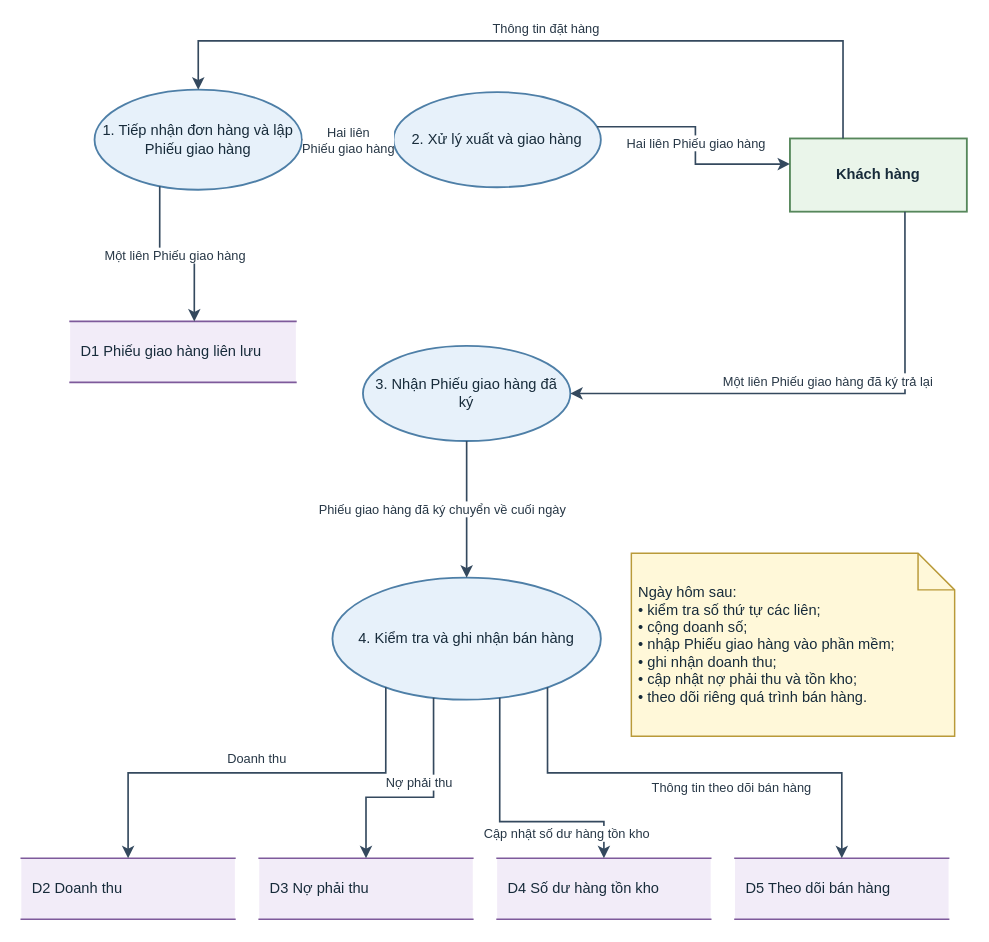
Earlier version of the draw.io diagram assets/drawio/10_sales_level0_dfd.drawio (saigonbaddielover/thtrang). Source tidied: cells renumbered, new cells numbered last; positions are measured from the earlier drawing's top-left corner, leaving out a move shared by most shapes. Both pictures are drawn from the tidied source at 122%, with x=0, y=0 at pixel (21, 40).
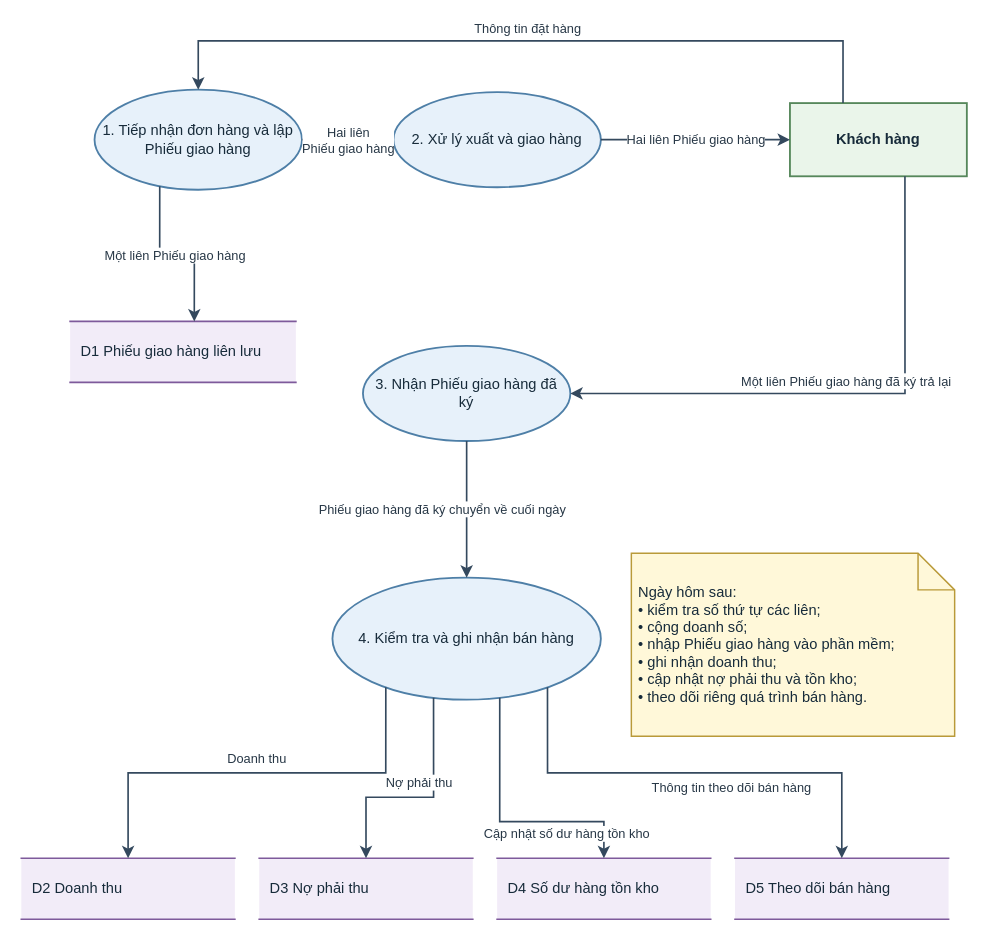
After the change.

Commit message (it also covers changes not shown here):
fix(drawio): align sales delivery rail

The change refers to these unchanged cells:
```xml
<mxCell id="4" value="2. Xử lý xuất và giao hàng" style="shape=ellipse;perimeter=ellipsePerimeter;html=1;whiteSpace=wrap;fontFamily=Arial;align=center;verticalAlign=middle;fontColor=#172B3A; fontSize=11;spacing=5;fillColor=#E7F1FA;strokeColor=#4E7FA7;strokeWidth=1.5;" parent="1" vertex="1">
  <mxGeometry x="305" y="42" width="170" height="78" as="geometry" />
</mxCell>
```

The edit, as a diff of the source:
```diff
@@
     <mxCell id="2" value="Khách hàng" style="rounded=0;html=1;whiteSpace=wrap;fontFamily=Arial;align=center;verticalAlign=middle;fontColor=#172B3A; fontSize=11;fontStyle=1;spacing=5;fillColor=#EAF5EA;strokeColor=#56875B;strokeWidth=1.5;" parent="1" vertex="1">
-      <mxGeometry x="630" y="80" width="145" height="60" as="geometry" />
+      <mxGeometry x="630" y="51" width="145" height="60" as="geometry" />
     </mxCell>
@@
-    <mxCell id="16" value="Hai liên Phiếu giao hàng" style="edgeStyle=orthogonalEdgeStyle;rounded=0;jettySize=auto;html=1;fontFamily=Arial;fontSize=10.5;fontColor=#273746;labelBackgroundColor=#FFFFFF;strokeColor=#34495E;strokeWidth=1.35;endArrow=classic;endFill=1;exitX=1;exitY=0.35;entryX=0;entryY=0.35;" parent="1" edge="1" source="4" target="2">
+    <mxCell id="16" value="Hai liên Phiếu giao hàng" style="edgeStyle=orthogonalEdgeStyle;rounded=0;jettySize=auto;html=1;fontFamily=Arial;fontSize=10.5;fontColor=#273746;labelBackgroundColor=#FFFFFF;strokeColor=#34495E;strokeWidth=1.35;endArrow=classic;endFill=1;exitX=1;exitY=0.5;entryX=0;entryY=0.5;" parent="1" edge="1" source="4" target="2">
       <mxGeometry relative="1" as="geometry" />
     </mxCell>
```
